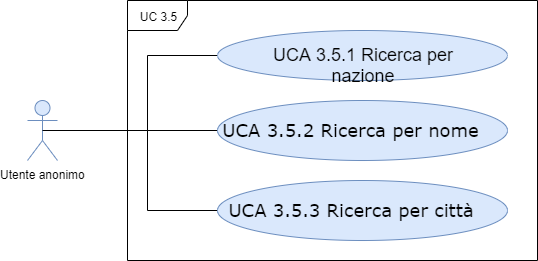
Earlier version of the draw.io export DocumentazioneEsterna/AnalisiRequisiti/sezioni/UseCase/Immagini/UCA3.5.png (qb-team/Stalker-Documentazione). Source tidied: cells renumbered, new cells last; positions are measured from the earlier drawing's top-left corner, leaving out a move shared by most shapes.
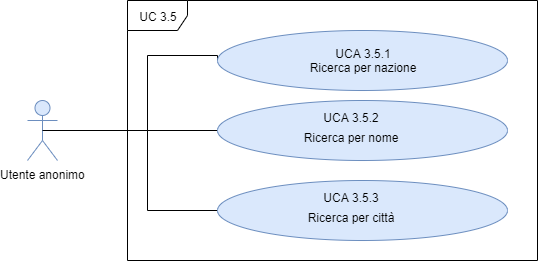
Above is the later version.

The edit, as a diff of the source:
```diff
@@ -2,13 +2,13 @@
   <root>
     <mxCell id="0" />
     <mxCell id="1" parent="0" />
-    <mxCell id="2" value="UC 3.5" style="shape=umlFrame;whiteSpace=wrap;html=1;" parent="1" vertex="1">
+    <mxCell id="2" value="UC 3.5" style="shape=umlFrame;whiteSpace=wrap;html=1;fontSize=12;fontFamily=Helvetica;" parent="1" vertex="1">
       <mxGeometry x="100" width="410" height="260" as="geometry" />
     </mxCell>
-    <mxCell id="3" value="Utente anonimo" style="shape=umlActor;verticalLabelPosition=bottom;labelBackgroundColor=#ffffff;verticalAlign=top;html=1;outlineConnect=0;fillColor=#dae8fc;strokeColor=#6c8ebf;" parent="1" vertex="1">
+    <mxCell id="3" value="Utente anonimo" style="shape=umlActor;verticalLabelPosition=bottom;labelBackgroundColor=#ffffff;verticalAlign=top;html=1;outlineConnect=0;fillColor=#dae8fc;strokeColor=#6c8ebf;fontSize=12;fontFamily=Helvetica;" parent="1" vertex="1">
       <mxGeometry y="100" width="30" height="60" as="geometry" />
     </mxCell>
-    <mxCell id="4" style="edgeStyle=orthogonalEdgeStyle;rounded=0;jettySize=auto;html=1;exitX=0;exitY=0.5;exitDx=0;exitDy=0;entryX=0.5;entryY=0.5;entryDx=0;entryDy=0;entryPerimeter=0;endArrow=none;endFill=0;" parent="1" edge="1" source="5" target="3">
+    <mxCell id="4" style="edgeStyle=orthogonalEdgeStyle;rounded=0;jettySize=auto;html=1;exitX=0;exitY=0.5;exitDx=0;exitDy=0;entryX=0.5;entryY=0.5;entryDx=0;entryDy=0;entryPerimeter=0;endArrow=none;endFill=0;fontSize=12;fontFamily=Helvetica;" parent="1" edge="1" source="5" target="3">
       <mxGeometry relative="1" as="geometry">
         <Array as="points">
           <mxPoint x="120" y="55" />
@@ -16,23 +16,23 @@
         </Array>
       </mxGeometry>
     </mxCell>
-    <mxCell id="5" value="&lt;font style=&quot;font-size: 18px&quot;&gt;UCA 3.5.1 Ricerca per nazione&lt;/font&gt;" style="ellipse;whiteSpace=wrap;html=1;fillColor=#dae8fc;strokeColor=#6c8ebf;" parent="1" vertex="1">
-      <mxGeometry x="190" y="30" width="290" height="50" as="geometry" />
+    <mxCell id="5" value="&lt;font style=&quot;font-size: 12px&quot;&gt;UCA 3.5.1&lt;br&gt;Ricerca per nazione&lt;/font&gt;" style="ellipse;whiteSpace=wrap;html=1;fillColor=#dae8fc;strokeColor=#6c8ebf;fontSize=12;fontFamily=Helvetica;" parent="1" vertex="1">
+      <mxGeometry x="190" y="30" width="290" height="60" as="geometry" />
     </mxCell>
-    <mxCell id="6" style="edgeStyle=none;rounded=0;jettySize=auto;html=1;exitX=0;exitY=0.5;exitDx=0;exitDy=0;endArrow=none;endFill=0;" parent="1" edge="1" source="7">
+    <mxCell id="6" style="edgeStyle=none;rounded=0;jettySize=auto;html=1;exitX=0;exitY=0.5;exitDx=0;exitDy=0;endArrow=none;endFill=0;fontSize=12;fontFamily=Helvetica;" parent="1" edge="1" source="7">
       <mxGeometry relative="1" as="geometry">
         <mxPoint x="120" y="130" as="targetPoint" />
       </mxGeometry>
     </mxCell>
-    <mxCell id="7" value="&lt;p class=&quot;MsoListParagraph&quot; style=&quot;text-indent: -18.0pt&quot;&gt;&lt;font face=&quot;Verdana&quot; style=&quot;font-size: 18px&quot;&gt;UCA 3.5.2 Ricerca per nome&lt;/font&gt;&lt;/p&gt;" style="ellipse;whiteSpace=wrap;html=1;fillColor=#dae8fc;strokeColor=#6c8ebf;" parent="1" vertex="1">
+    <mxCell id="7" value="&lt;p class=&quot;MsoListParagraph&quot; style=&quot;text-indent: -18pt ; font-size: 12px ; line-height: 20%&quot;&gt;&lt;font style=&quot;font-size: 12px&quot;&gt;UCA 3.5.2&lt;/font&gt;&lt;/p&gt;&lt;p class=&quot;MsoListParagraph&quot; style=&quot;text-indent: -18pt ; font-size: 12px&quot;&gt;&lt;font style=&quot;font-size: 12px&quot;&gt;Ricerca per nome&lt;/font&gt;&lt;/p&gt;" style="ellipse;whiteSpace=wrap;html=1;fillColor=#dae8fc;strokeColor=#6c8ebf;fontSize=12;fontFamily=Helvetica;" parent="1" vertex="1">
       <mxGeometry x="190" y="100" width="290" height="60" as="geometry" />
     </mxCell>
-    <mxCell id="8" style="edgeStyle=orthogonalEdgeStyle;rounded=0;jettySize=auto;html=1;exitX=0;exitY=0.5;exitDx=0;exitDy=0;endArrow=none;endFill=0;" parent="1" edge="1" source="9">
+    <mxCell id="8" style="edgeStyle=orthogonalEdgeStyle;rounded=0;jettySize=auto;html=1;exitX=0;exitY=0.5;exitDx=0;exitDy=0;endArrow=none;endFill=0;fontSize=12;fontFamily=Helvetica;" parent="1" edge="1" source="9">
       <mxGeometry relative="1" as="geometry">
         <mxPoint x="120" y="130" as="targetPoint" />
       </mxGeometry>
     </mxCell>
-    <mxCell id="9" value="&lt;p class=&quot;MsoListParagraph&quot; style=&quot;text-indent: -18.0pt&quot;&gt;&lt;font face=&quot;Verdana&quot; style=&quot;font-size: 18px&quot;&gt;UCA 3.5.3 Ricerca per città&lt;/font&gt;&lt;/p&gt;" style="ellipse;whiteSpace=wrap;html=1;fillColor=#dae8fc;strokeColor=#6c8ebf;" parent="1" vertex="1">
+    <mxCell id="9" value="&lt;p class=&quot;MsoListParagraph&quot; style=&quot;text-indent: -18pt ; font-size: 12px ; line-height: 20%&quot;&gt;&lt;font style=&quot;font-size: 12px&quot;&gt;UCA 3.5.3&lt;/font&gt;&lt;/p&gt;&lt;p class=&quot;MsoListParagraph&quot; style=&quot;text-indent: -18pt ; font-size: 12px&quot;&gt;&lt;span style=&quot;text-indent: -18pt&quot;&gt;Ricerca per città&lt;/span&gt;&lt;/p&gt;" style="ellipse;whiteSpace=wrap;html=1;fillColor=#dae8fc;strokeColor=#6c8ebf;fontSize=12;fontFamily=Helvetica;" parent="1" vertex="1">
       <mxGeometry x="190" y="180" width="290" height="60" as="geometry" />
     </mxCell>
   </root>
```
